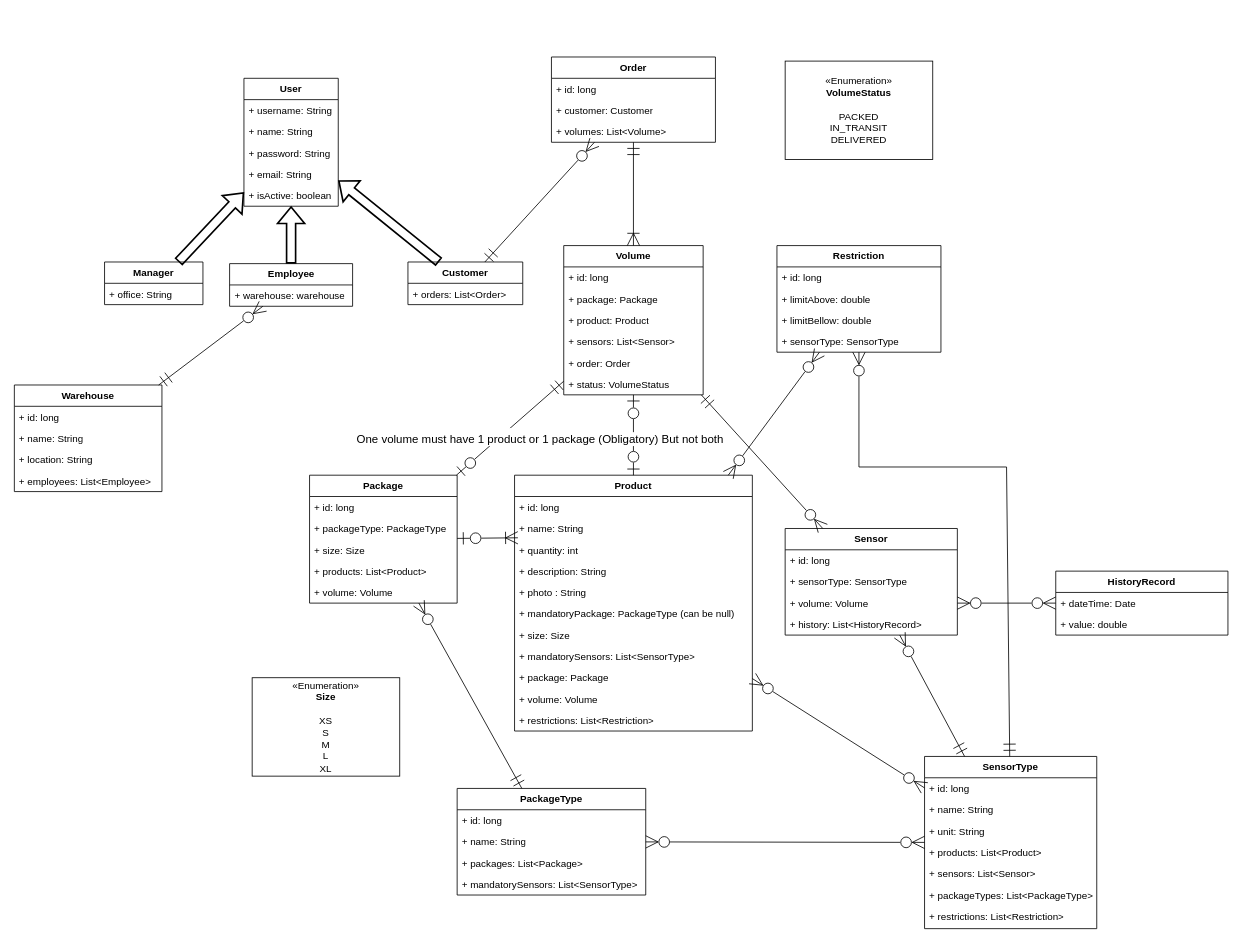
joelsb/AppMonitor keeps this draw.io diagram as ClassDiagram.drawio. Above is the earlier version. Source tidied: cells renumbered, new cells numbered last; positions are measured from the earlier drawing's top-left corner, leaving out a move shared by most shapes. Both pictures are drawn from the tidied source at 82%, with x=0, y=0 at pixel (14, 57).
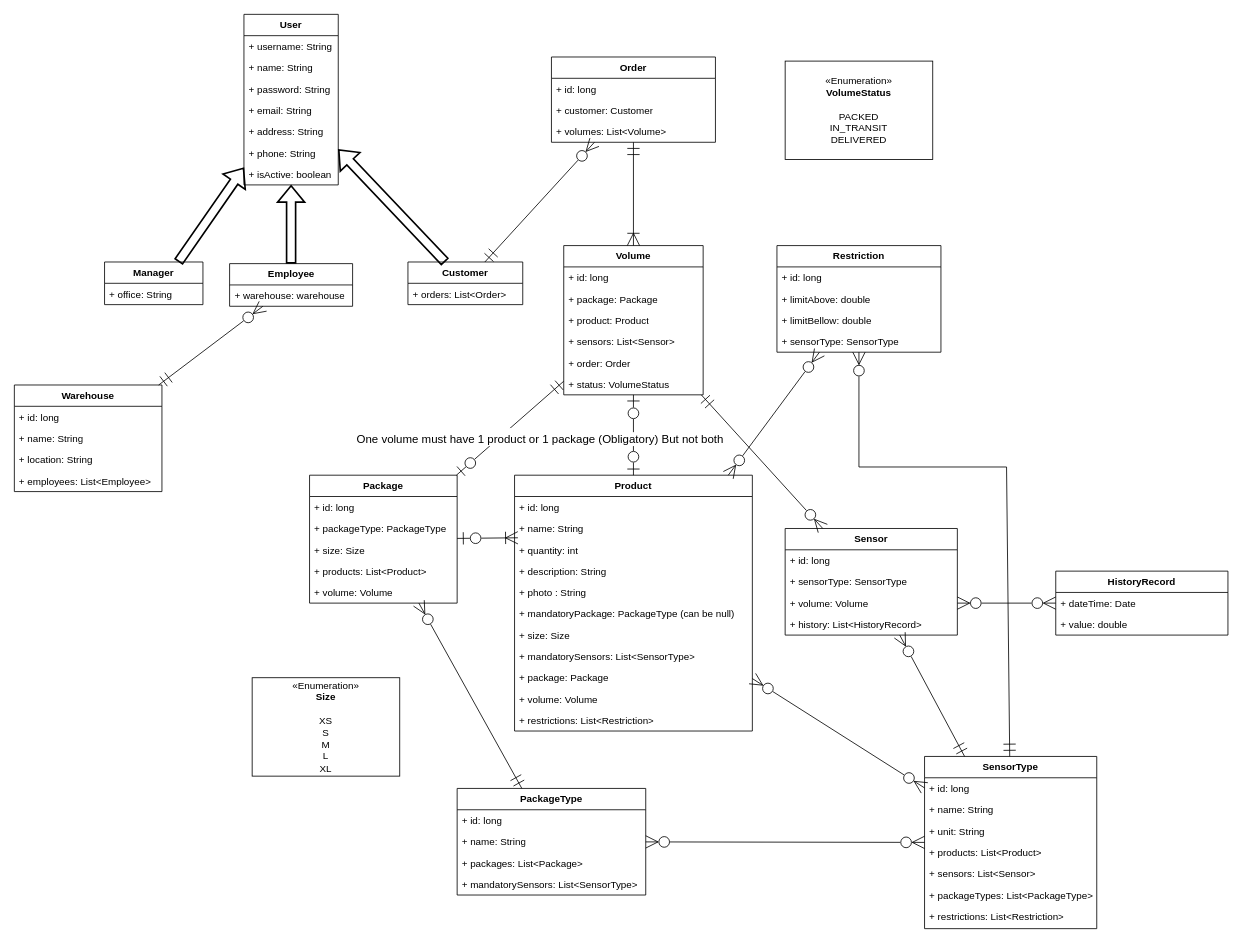
Above is the later version.

What changed in the source:
```diff
@@
     <mxCell id="66" value="&lt;b&gt;User&lt;/b&gt;" style="swimlane;fontStyle=0;horizontal=1;startSize=26;fillColor=none;whiteSpace=wrap;html=1;" parent="1" vertex="1">
-      <mxGeometry x="280" y="26" width="115" height="156" as="geometry" />
+      <mxGeometry x="280" y="-52" width="115" height="208" as="geometry" />
     </mxCell>
@@
+    <mxCell id="97" value="+ address: String" style="text;strokeColor=none;fillColor=none;align=left;verticalAlign=top;spacingLeft=4;spacingRight=4;overflow=hidden;whiteSpace=wrap;html=1;" parent="66" vertex="1">
+      <mxGeometry y="130" width="115" height="26" as="geometry" />
+    </mxCell>
+    <mxCell id="98" value="+ phone: String" style="text;strokeColor=none;fillColor=none;align=left;verticalAlign=top;spacingLeft=4;spacingRight=4;overflow=hidden;whiteSpace=wrap;html=1;" parent="66" vertex="1">
+      <mxGeometry y="156" width="115" height="26" as="geometry" />
+    </mxCell>
     <mxCell id="71" value="+ isActive: boolean" style="text;strokeColor=none;fillColor=none;align=left;verticalAlign=top;spacingLeft=4;spacingRight=4;overflow=hidden;whiteSpace=wrap;html=1;" parent="66" vertex="1">
-      <mxGeometry y="130" width="115" height="26" as="geometry" />
+      <mxGeometry y="182" width="115" height="26" as="geometry" />
     </mxCell>
```
